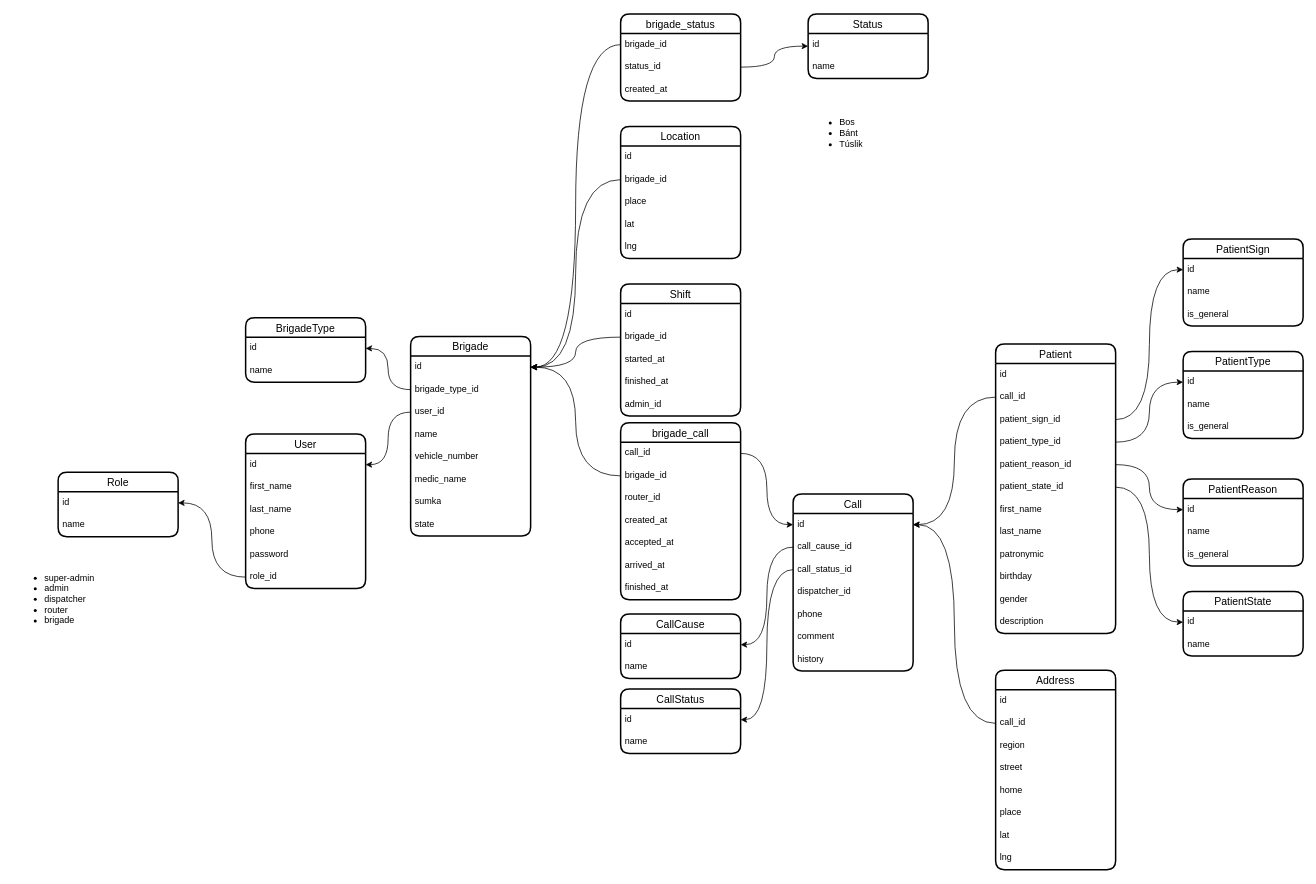
Above: karsoft-103.drawio in iztileuoff/databases (draw.io), before the change. Source tidied: cells renumbered, new cells numbered last; positions are measured from the earlier drawing's top-left corner, leaving out a move shared by most shapes. Both pictures are drawn from the tidied source at 75%, with x=0, y=0 at pixel (13, 14).
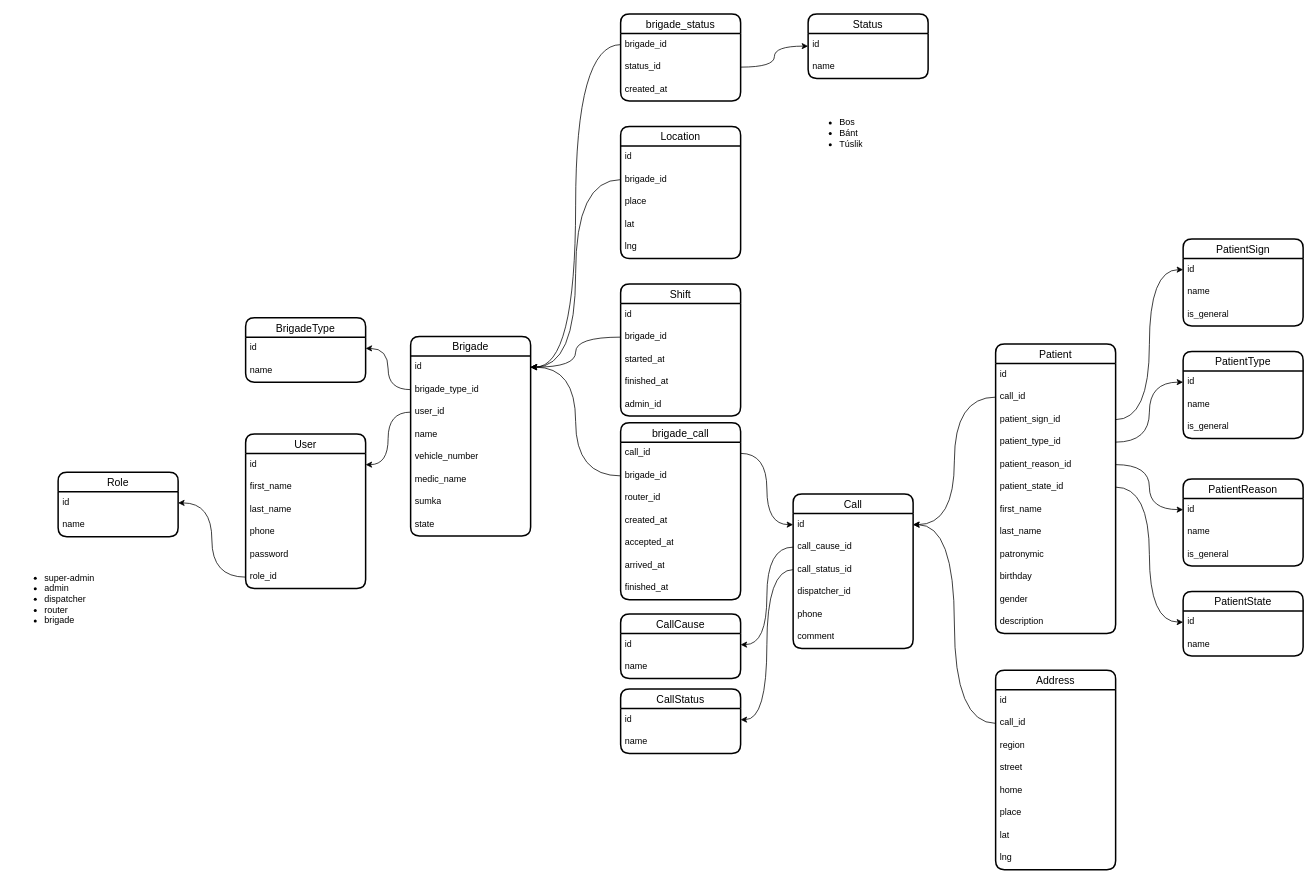
Above is the later version.

Diff of the diagram source:
```diff
@@
     <mxCell id="13" value="Call" style="swimlane;fontStyle=0;horizontal=1;startSize=26;align=center;fontSize=14;strokeWidth=2;rounded=1;shadow=0;glass=0;swimlaneLine=1;" parent="1" vertex="1">
-      <mxGeometry x="1040" y="640" width="160" height="236" as="geometry" />
+      <mxGeometry x="1040" y="640" width="160" height="206" as="geometry" />
     </mxCell>
@@
-    <mxCell id="20" value="history" style="text;strokeColor=none;fillColor=none;spacingLeft=4;spacingRight=4;overflow=hidden;fontSize=12;whiteSpace=wrap;html=1;" parent="13" vertex="1">
-      <mxGeometry y="206" width="160" height="30" as="geometry" />
-    </mxCell>
```
